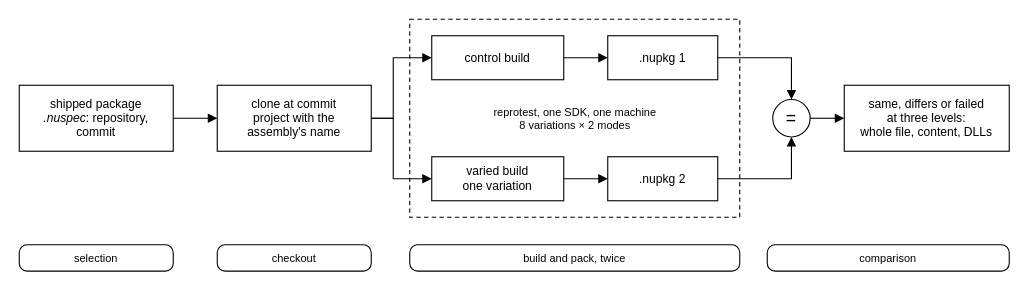
Before: 2-dependencies/2a-determinism/figures/pipeline-2a.drawio in leosakharoff/dotnet-rebuild-experiments, a draw.io diagram. Source tidied: cells renumbered, new cells numbered last; positions are measured from the earlier drawing's top-left corner, leaving out a move shared by most shapes. Both pictures are drawn from the tidied source at 110%, with x=0, y=0 at pixel (19, 19).
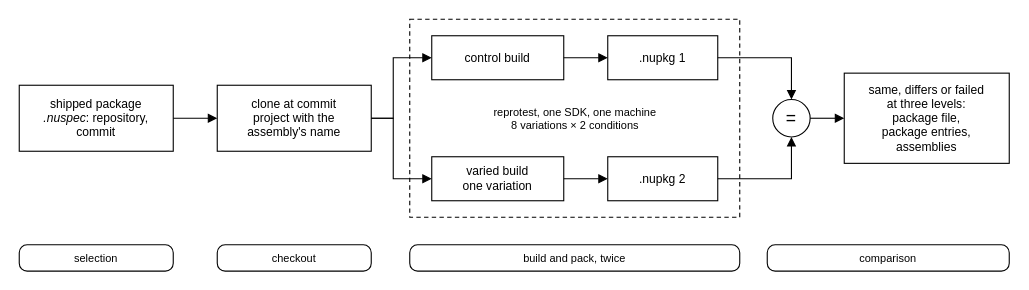
Above is the later version.

Change to the diagram source:
```diff
@@
-    <mxCell id="3" value="reprotest, one SDK, one machine&lt;br&gt;8 variations × 2 modes" style="text;html=1;align=center;verticalAlign=middle;fontFamily=Helvetica;fontSize=10;fontColor=#000000;" parent="1" vertex="1">
+    <mxCell id="3" value="reprotest, one SDK, one machine&lt;br&gt;8 variations × 2 conditions" style="text;html=1;align=center;verticalAlign=middle;fontFamily=Helvetica;fontSize=10;fontColor=#000000;" parent="1" vertex="1">
       <mxGeometry x="355" y="68" width="300" height="44" as="geometry" />
     </mxCell>
@@
-    <mxCell id="11" value="same, differs or failed&lt;br&gt;at three levels:&lt;br&gt;whole file, content, DLLs" style="rounded=0;whiteSpace=wrap;html=1;fillColor=#FFFFFF;strokeColor=#000000;strokeWidth=1;fontFamily=Helvetica;fontSize=11;fontColor=#000000;" parent="1" vertex="1">
-      <mxGeometry x="750" y="60" width="150" height="60" as="geometry" />
+    <mxCell id="11" value="same, differs or failed&lt;br&gt;at three levels:&lt;br&gt;package file,&lt;br&gt;package entries,&lt;br&gt;assemblies" style="rounded=0;whiteSpace=wrap;html=1;fillColor=#FFFFFF;strokeColor=#000000;strokeWidth=1;fontFamily=Helvetica;fontSize=11;fontColor=#000000;" parent="1" vertex="1">
+      <mxGeometry x="750" y="49" width="150" height="82" as="geometry" />
     </mxCell>
```
